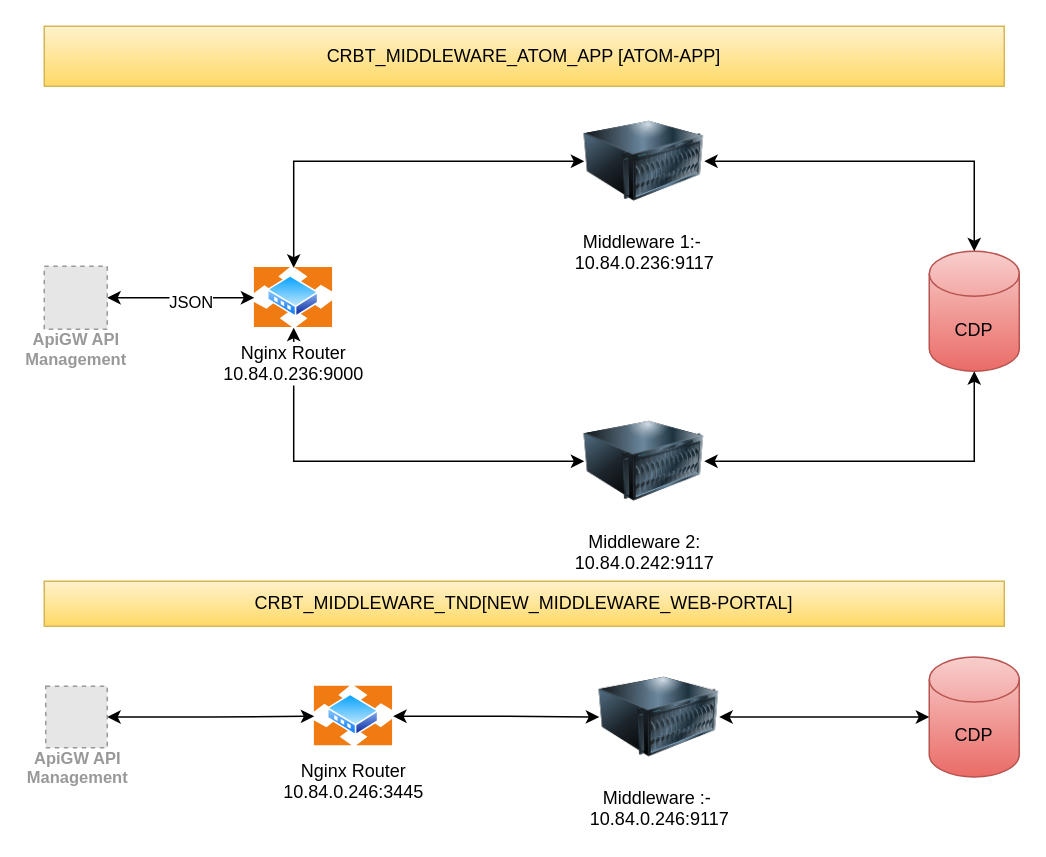
The draw.io diagram src/Untitled Diagram.drawio in sathwikraj19/udemy, before the edit. Source tidied: cells renumbered, new cells numbered last; positions are measured from the earlier drawing's top-left corner, leaving out a move shared by most shapes. Both pictures are drawn from the tidied source at 150%, with x=0, y=0 at pixel (44, 26). Pictures stored in the file or linked from it are replaced by grey dashed boxes.
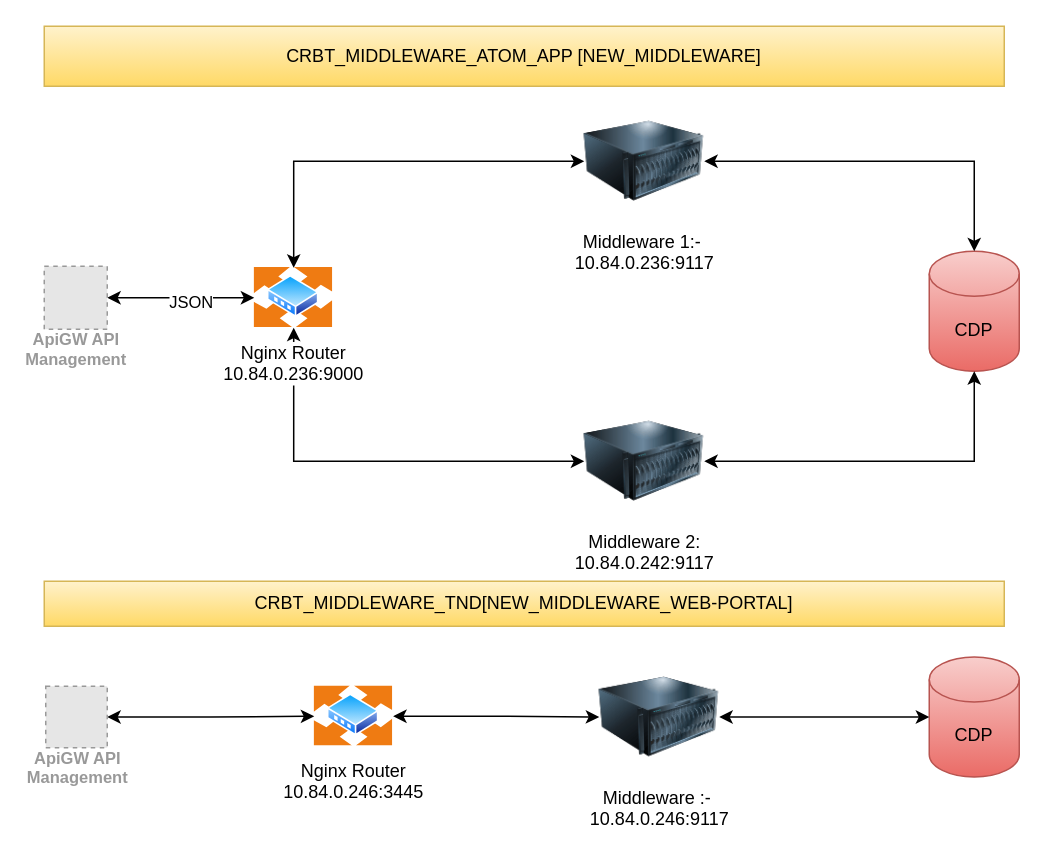
The same page after the edit.

Change to the diagram source:
```diff
@@
-    <mxCell id="10" value="CRBT_MIDDLEWARE_ATOM_APP [ATOM-APP]" style="text;html=1;align=center;verticalAlign=middle;whiteSpace=wrap;rounded=0;fillColor=#fff2cc;gradientColor=#ffd966;strokeColor=#d6b656;" parent="1" vertex="1">
+    <mxCell id="10" value="CRBT_MIDDLEWARE_ATOM_APP [NEW_MIDDLEWARE]" style="text;html=1;align=center;verticalAlign=middle;whiteSpace=wrap;rounded=0;fillColor=#fff2cc;gradientColor=#ffd966;strokeColor=#d6b656;" parent="1" vertex="1">
       <mxGeometry width="640" height="40" as="geometry" />
     </mxCell>
```
